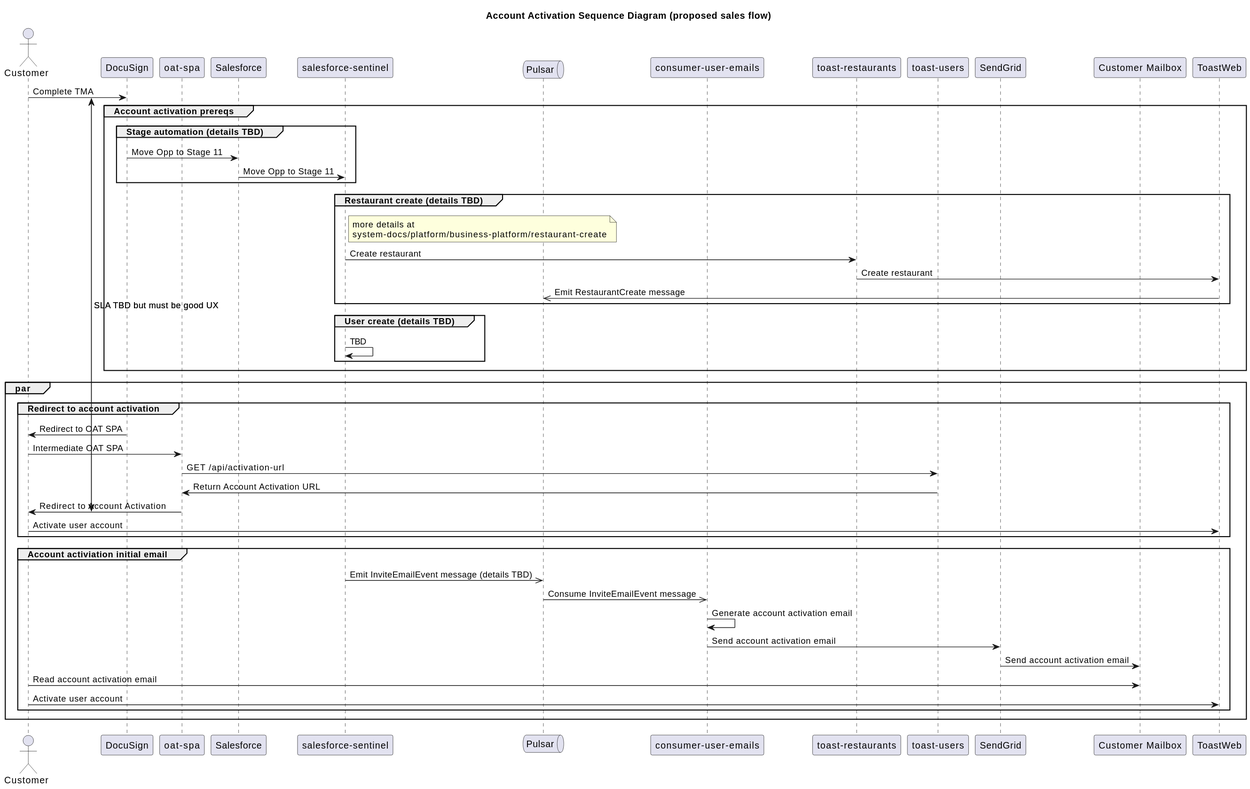
Before: account-activation/sales-proposed.svg, a diagram exported from PlantUML (pjperger-toast/miscellany). The source it was exported from:
```plantuml
@startuml
!pragma teoz true
!pragma teoz true

title Account Activation Sequence Diagram (proposed sales flow)

actor "Customer" as cx
participant "DocuSign" as ds
participant "oat-spa" as oatspa
participant "Salesforce" as sf
participant "salesforce-sentinel" as sfs
queue Pulsar as ps
participant "consumer-user-emails" as cue
participant "toast-restaurants" as rx
participant "toast-users" as users
participant "SendGrid" as sg
participant "Customer Mailbox" as cxmbox
participant "ToastWeb" as tw

{start} cx -> ds: Complete TMA

group Account activation prereqs

	group Stage automation (details TBD)
		ds -> sf: Move Opp to Stage 11
		sf -> sfs: Move Opp to Stage 11
	end group

	group Restaurant create (details TBD)
		note right sfs
			more details at
			system-docs/platform/business-platform/restaurant-create
		end note
		sfs -> rx: Create restaurant
		rx -> tw: Create restaurant
		tw ->> ps: Emit RestaurantCreate message
	end group

	group User create (details TBD)
		sfs -> sfs: TBD
	end group

end group

par

group Redirect to account activation
	ds -> cx: Redirect to OAT SPA
	cx -> oatspa: Intermediate OAT SPA
	oatspa -> users: GET /api/activation-url
	users -> oatspa: Return Account Activation URL
	{end} oatspa -> cx: Redirect to Account Activation

	{start} <-> {end} : SLA TBD but must be good UX

	cx -> tw: Activate user account
end group

group Account activiation initial email
	sfs ->> ps: Emit InviteEmailEvent message (details TBD)
	ps ->> cue: Consume InviteEmailEvent message
	cue -> cue: Generate account activation email
	cue -> sg: Send account activation email
	sg -> cxmbox: Send account activation email
	cx -> cxmbox: Read account activation email
	cx -> tw: Activate user account
end group

end par
@enduml
```
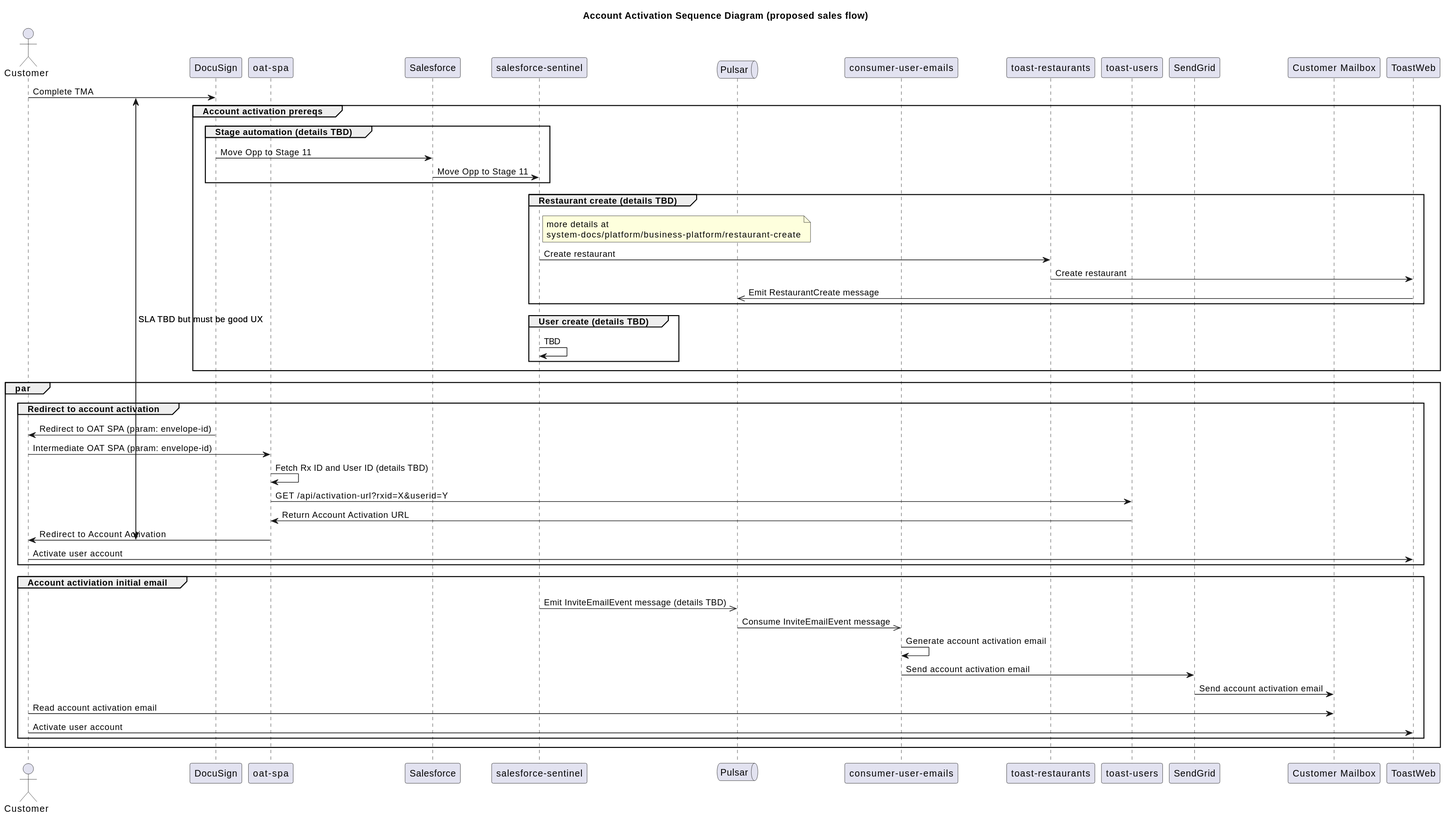
Above is the later version.

Commit message:
more details on params during redirect and activation url fetch

The edit, as a diff of the source:
```diff
@@ -45,9 +45,10 @@
 par
 
 group Redirect to account activation
-	ds -> cx: Redirect to OAT SPA
-	cx -> oatspa: Intermediate OAT SPA
-	oatspa -> users: GET /api/activation-url
+	ds -> cx: Redirect to OAT SPA (param: envelope-id)
+	cx -> oatspa: Intermediate OAT SPA (param: envelope-id)
+	oatspa -> oatspa: Fetch Rx ID and User ID (details TBD)
+	oatspa -> users: GET /api/activation-url?rxid=X&userid=Y
 	users -> oatspa: Return Account Activation URL
 	{end} oatspa -> cx: Redirect to Account Activation
 
```
